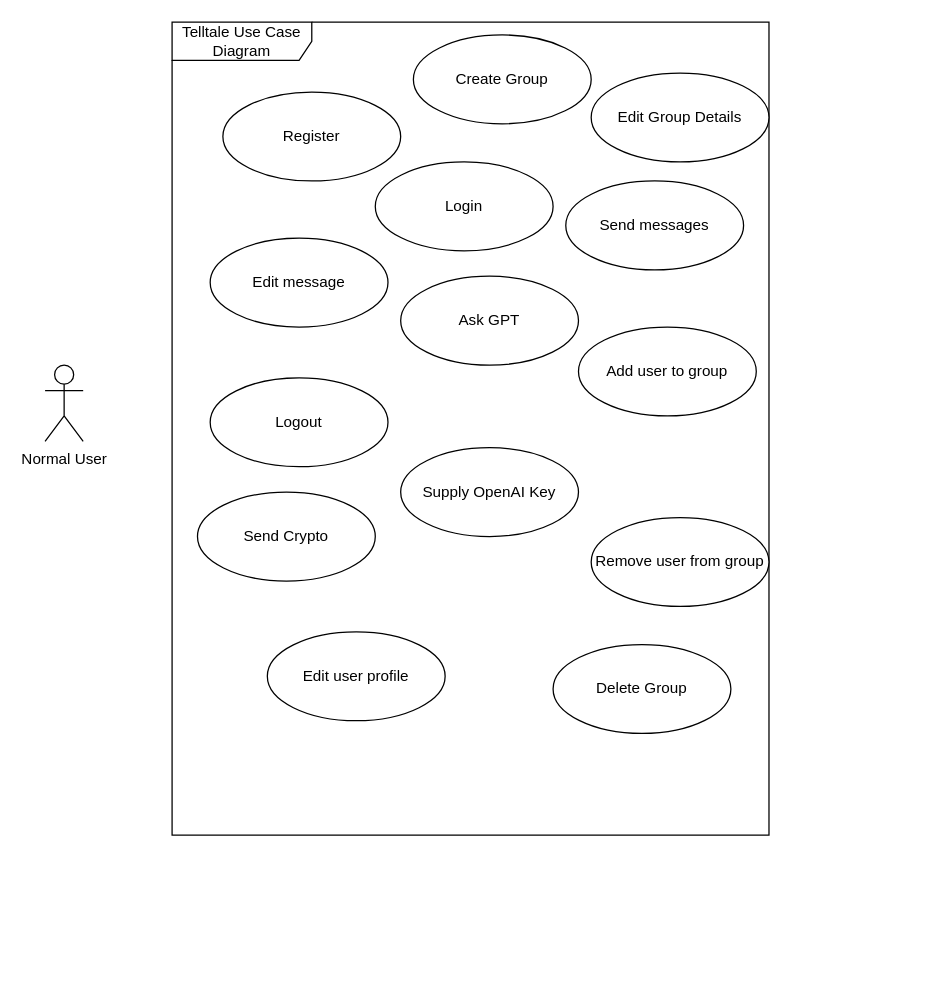
data-miner00/telltale keeps this draw.io diagram as page "Use Case Diagram" (3 of 3) of apps/docs/diagrams/Planning.drawio. Above is the earlier version. Source tidied: cells renumbered, new cells numbered last; positions are measured from the earlier drawing's top-left corner, leaving out a move shared by most shapes. Both pictures are drawn from the tidied source at 127%, with x=0, y=0 at pixel (44, 22).
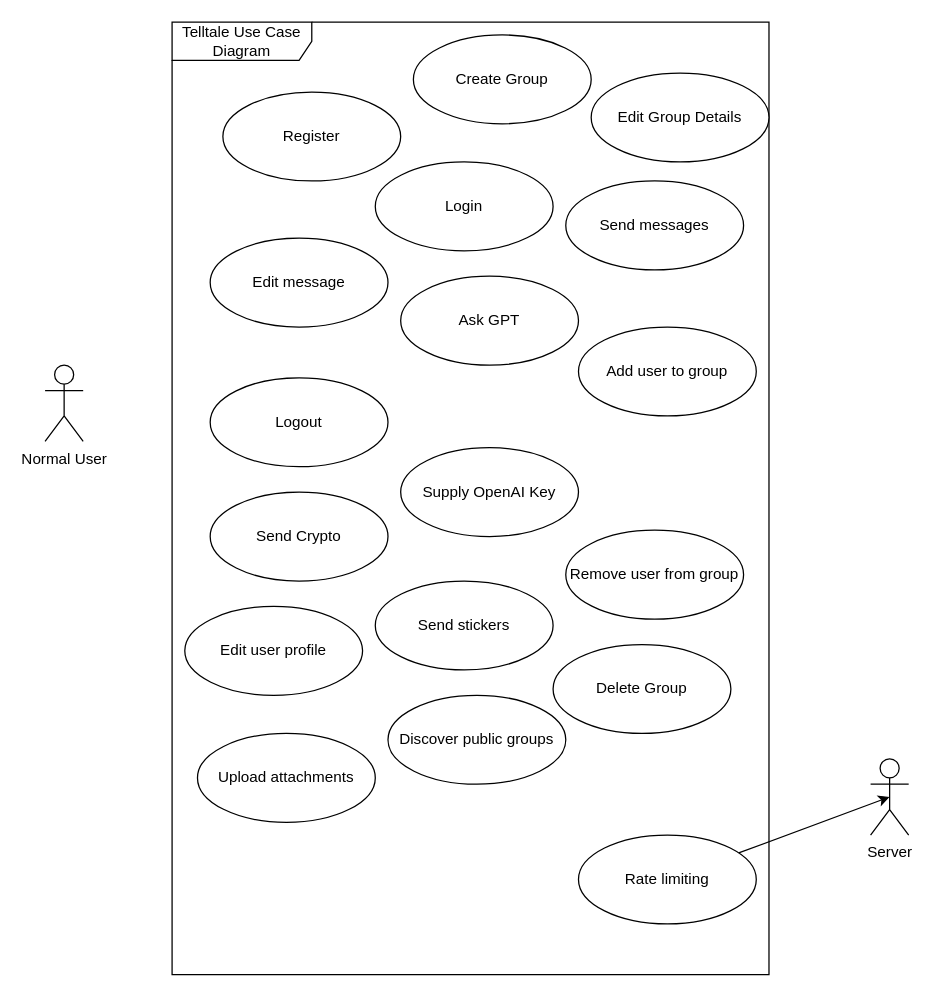
After the change.

What changed in the source:
```diff
@@
     <mxCell id="2" value="Telltale Use Case Diagram" style="shape=umlFrame;whiteSpace=wrap;html=1;width=110;height=30;" parent="1" vertex="1">
-      <mxGeometry x="100" width="470" height="640" as="geometry" />
+      <mxGeometry x="100" width="470" height="750" as="geometry" />
     </mxCell>
@@
     <mxCell id="12" value="Remove user from group" style="ellipse;whiteSpace=wrap;html=1;" parent="1" vertex="1">
-      <mxGeometry x="430" y="390" width="140" height="70" as="geometry" />
+      <mxGeometry x="410" y="400" width="140" height="70" as="geometry" />
     </mxCell>
@@
     <mxCell id="16" value="Send Crypto" style="ellipse;whiteSpace=wrap;html=1;" parent="1" vertex="1">
-      <mxGeometry x="120" y="370" width="140" height="70" as="geometry" />
+      <mxGeometry x="130" y="370" width="140" height="70" as="geometry" />
     </mxCell>
     <mxCell id="17" value="Edit user profile" style="ellipse;whiteSpace=wrap;html=1;" parent="1" vertex="1">
-      <mxGeometry x="175" y="480" width="140" height="70" as="geometry" />
+      <mxGeometry x="110" y="460" width="140" height="70" as="geometry" />
     </mxCell>
+    <mxCell id="18" value="Send stickers" style="ellipse;whiteSpace=wrap;html=1;" parent="1" vertex="1">
+      <mxGeometry x="260" y="440" width="140" height="70" as="geometry" />
+    </mxCell>
+    <mxCell id="19" value="Upload attachments" style="ellipse;whiteSpace=wrap;html=1;" parent="1" vertex="1">
+      <mxGeometry x="120" y="560" width="140" height="70" as="geometry" />
+    </mxCell>
+    <mxCell id="20" value="Discover public groups" style="ellipse;whiteSpace=wrap;html=1;" parent="1" vertex="1">
+      <mxGeometry x="270" y="530" width="140" height="70" as="geometry" />
+    </mxCell>
+    <mxCell id="21" style="rounded=0;jettySize=auto;html=1;entryX=0.5;entryY=0.5;entryDx=0;entryDy=0;entryPerimeter=0;" parent="1" edge="1" source="22" target="23">
+      <mxGeometry relative="1" as="geometry" />
+    </mxCell>
+    <mxCell id="22" value="Rate limiting" style="ellipse;whiteSpace=wrap;html=1;" parent="1" vertex="1">
+      <mxGeometry x="420" y="640" width="140" height="70" as="geometry" />
+    </mxCell>
+    <mxCell id="23" value="Server" style="shape=umlActor;verticalLabelPosition=bottom;verticalAlign=top;html=1;" parent="1" vertex="1">
+      <mxGeometry x="650" y="580" width="30" height="60" as="geometry" />
+    </mxCell>
```
